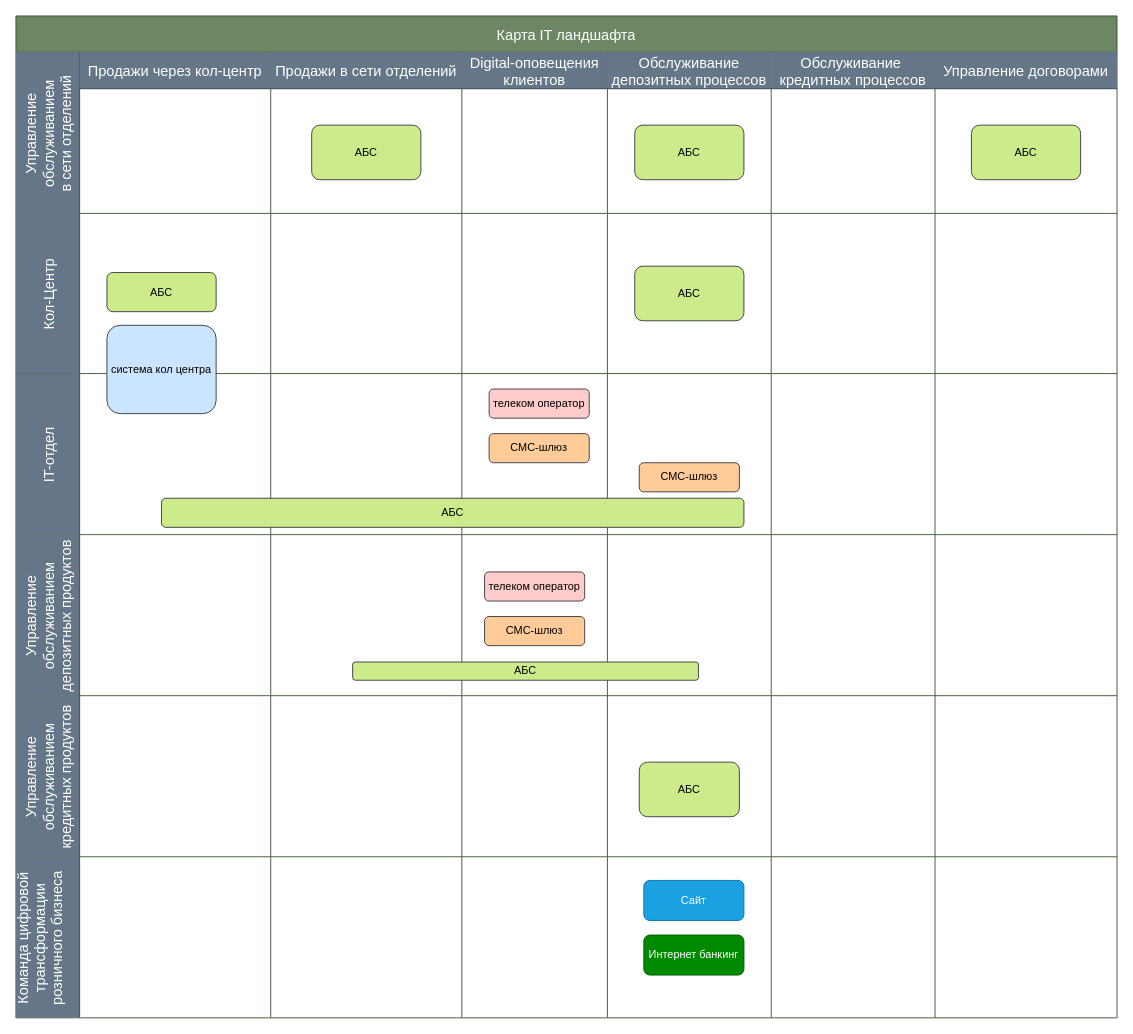
Above: Exc1/it_landscape.drawio in nazirok/architecture-sprint-9 (draw.io), before the change. Source tidied: cells renumbered, new cells numbered last; positions are measured from the earlier drawing's top-left corner, leaving out a move shared by most shapes. Both pictures are drawn from the tidied source at 91%, with x=0, y=0 at pixel (15, 15).
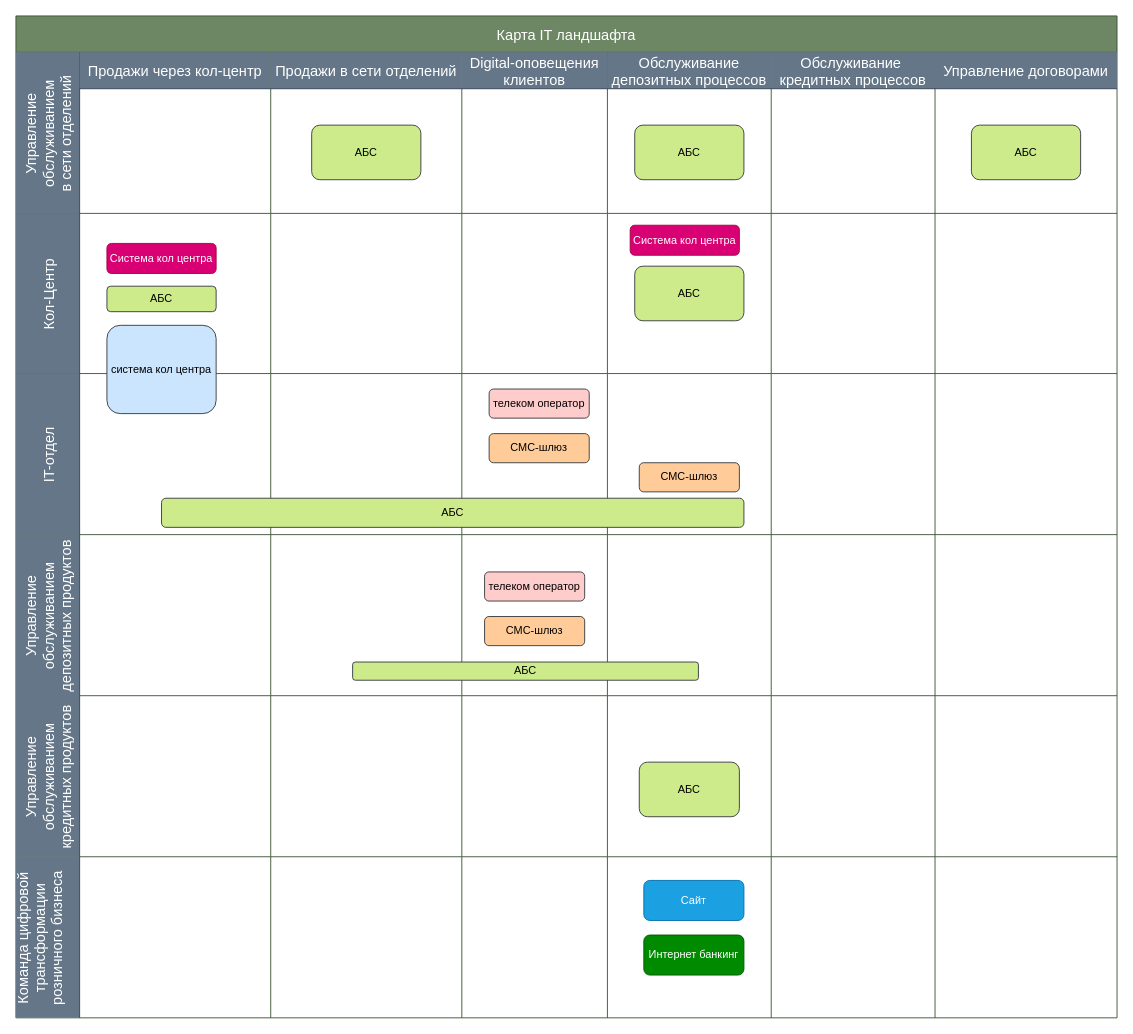
Above is the later version.

Commit message (it also covers changes not shown here):
Exc1: integration diagramm

The change refers to these unchanged cells:
```xml
<mxCell id="14" style="swimlane;swimlaneHead=0;swimlaneBody=0;fontStyle=0;strokeColor=#36393d;fillColor=#ffff88;startSize=0;fontSize=16;" parent="13" vertex="1">
  <mxGeometry x="70" width="210" height="176" as="geometry" />
</mxCell>
<mxCell id="19" style="swimlane;swimlaneHead=0;swimlaneBody=0;fontStyle=0;strokeColor=inherit;fillColor=none;startSize=0;fontSize=16;" parent="13" vertex="1">
  <mxGeometry x="650" width="180" height="176" as="geometry" />
</mxCell>
```

Diff of the diagram source:
```diff
@@
     <mxCell id="15" value="АБС" style="rounded=1;whiteSpace=wrap;html=1;fillColor=#cdeb8b;strokeColor=#36393d;" parent="14" vertex="1">
-      <mxGeometry x="30" y="65" width="120" height="43" as="geometry" />
+      <mxGeometry x="30" y="80" width="120" height="28" as="geometry" />
     </mxCell>
@@
+    <mxCell id="70" value="Система кол центра" style="rounded=1;whiteSpace=wrap;html=1;fillColor=#d80073;strokeColor=#A50040;fontColor=#ffffff;" parent="14" vertex="1">
+      <mxGeometry x="30" y="33" width="120" height="33" as="geometry" />
+    </mxCell>
@@
+    <mxCell id="71" value="Система кол центра" style="rounded=1;whiteSpace=wrap;html=1;fillColor=#d80073;strokeColor=#A50040;fontColor=#ffffff;" parent="19" vertex="1">
+      <mxGeometry x="25" y="13" width="120" height="33" as="geometry" />
+    </mxCell>
```
